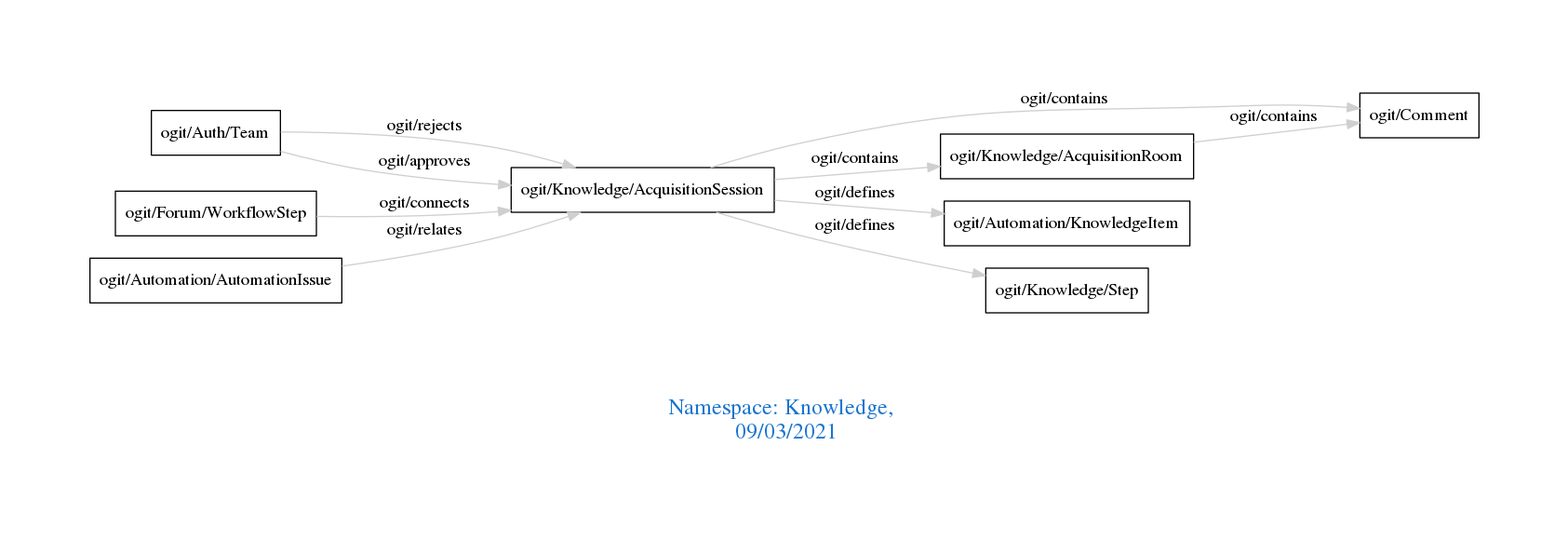
Above: downloads/Knowledge.png in arago/OGIT (Graphviz), before the change. Its source is kept beside it as downloads/Knowledge.dot.
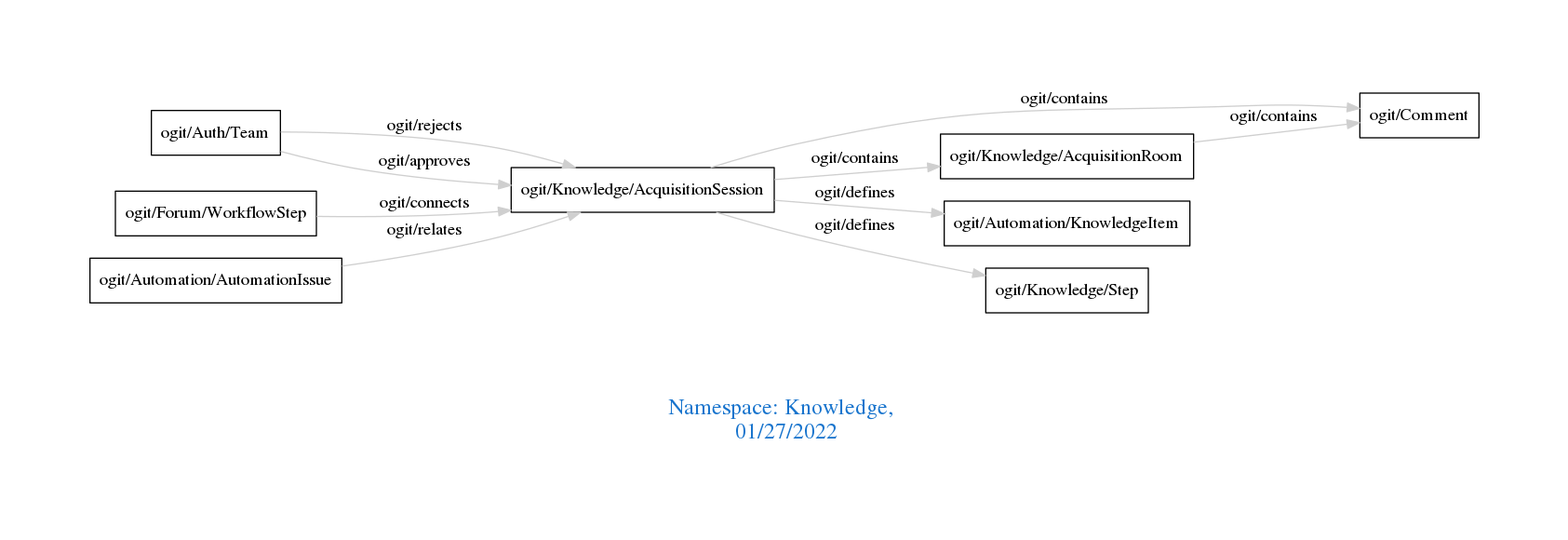
After the change.

What changed in the source:
```diff
@@ -1,13 +1,13 @@
 digraph OGIT_ontology {
  graph [ rankdir= LR,pad=1
 fontsize = 18,
-fontcolor= dodgerblue3,label = "\n\n\nNamespace: Knowledge, \n 09/03/2021"];
+fontcolor= dodgerblue3,label = "\n\n\nNamespace: Knowledge, \n 01/27/2022"];
 node[shape=polygon];
 edge [  color="gray81"];
 
-   "ogit/Knowledge/AcquisitionRoom" -> "ogit/Comment" [label="   ogit/contains    "];
    "ogit/Knowledge/AcquisitionSession" -> "ogit/Comment" [label="   ogit/contains    "];
    "ogit/Knowledge/AcquisitionSession" -> "ogit/Knowledge/AcquisitionRoom" [label="   ogit/contains    "];
+   "ogit/Knowledge/AcquisitionRoom" -> "ogit/Comment" [label="   ogit/contains    "];
    "ogit/Knowledge/AcquisitionSession" -> "ogit/Automation/KnowledgeItem" [label="   ogit/defines    "];
    "ogit/Knowledge/AcquisitionSession" -> "ogit/Knowledge/Step" [label="   ogit/defines    "];
    "ogit/Auth/Team" -> "ogit/Knowledge/AcquisitionSession" [label="   ogit/rejects    "];
```
